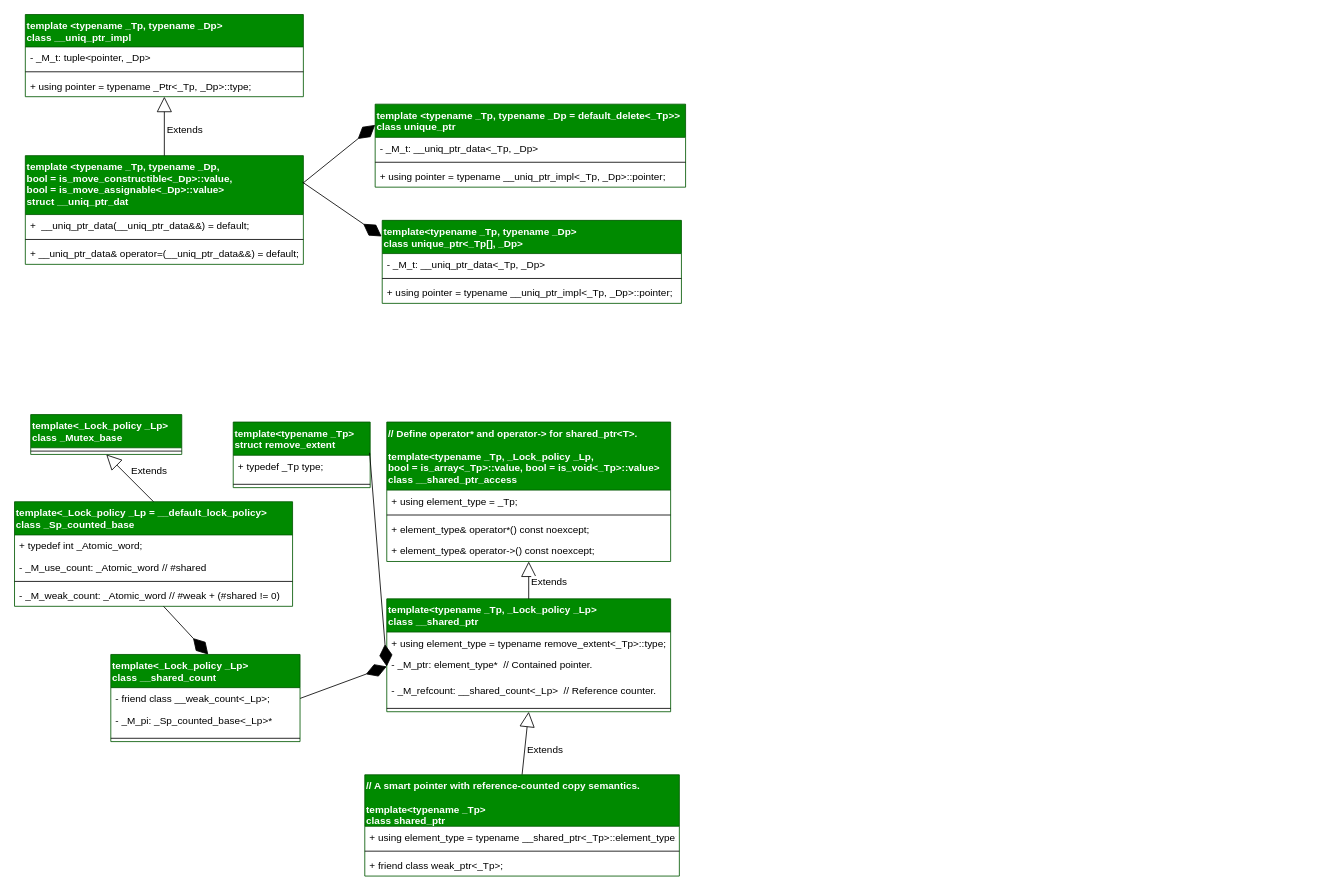
The draw.io diagram images/smart_pointer.drawio in lutianen/JZOffer, before the edit. Source tidied: cells renumbered, new cells numbered last; positions are measured from the earlier drawing's top-left corner, leaving out a move shared by most shapes. Both pictures are drawn from the tidied source at 83%, with x=0, y=0 at pixel (14, 14).
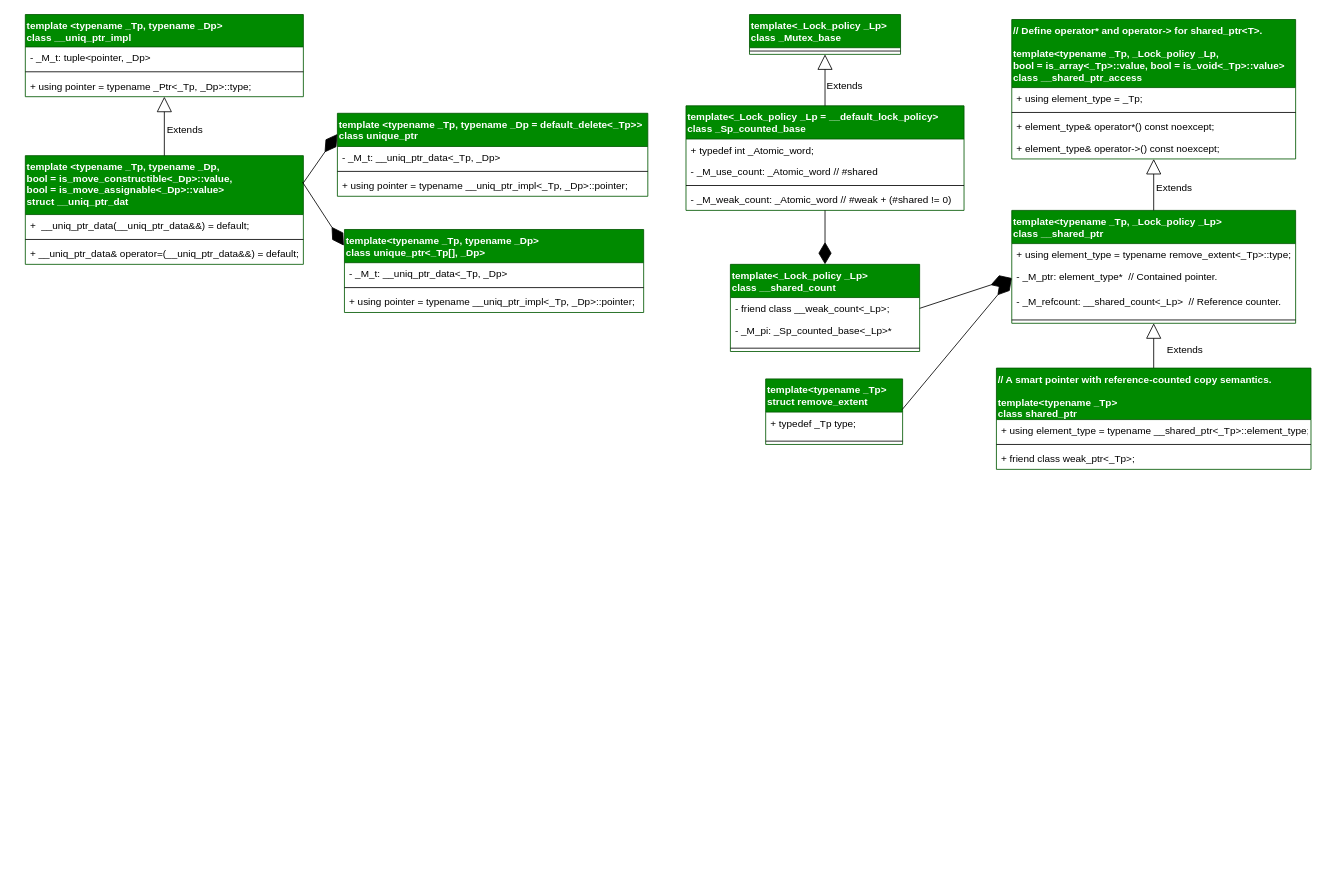
After the change.

The change refers to these unchanged cells:
```xml
<mxCell id="27" value="- _M_weak_count: _Atomic_word // #weak + (#shared != 0)" style="text;align=left;verticalAlign=top;spacingLeft=4;spacingRight=4;overflow=hidden;points=[[0,0.5],[1,0.5]];portConstraint=eastwest;fontSize=12;swimlaneLine=1;" parent="23" vertex="1">
  <mxGeometry y="100" width="335" height="26" as="geometry" />
</mxCell>
```

Change to the diagram source:
```diff
@@
     <mxCell id="2" value="template &lt;typename _Tp, typename _Dp = default_delete&lt;_Tp&gt;&gt;&#10;class unique_ptr" style="swimlane;fontStyle=1;align=left;verticalAlign=top;horizontal=1;startSize=40;fontSize=12;swimlaneLine=1;fillColor=#008a00;fontColor=#ffffff;strokeColor=#005700;" parent="1" vertex="1">
-      <mxGeometry x="434.5" y="108" width="374" height="100" as="geometry" />
+      <mxGeometry x="389" y="119" width="374" height="100" as="geometry" />
     </mxCell>
@@
     <mxCell id="6" value="template&lt;typename _Tp, typename _Dp&gt;&#10;class unique_ptr&lt;_Tp[], _Dp&gt;" style="swimlane;fontStyle=1;align=left;verticalAlign=top;horizontal=1;startSize=40;fontSize=12;swimlaneLine=1;fillColor=#008a00;fontColor=#ffffff;strokeColor=#005700;" parent="1" vertex="1">
-      <mxGeometry x="443" y="248" width="360.5" height="100" as="geometry" />
+      <mxGeometry x="397.5" y="259" width="360.5" height="100" as="geometry" />
     </mxCell>
@@
     <mxCell id="21" value="Extends" style="endArrow=block;endSize=16;endFill=0;html=1;fontSize=12;exitX=0.5;exitY=0;exitDx=0;exitDy=0;swimlaneLine=1;entryX=0.5;entryY=1;entryDx=0;entryDy=0;" parent="1" edge="1" source="41" target="36">
-      <mxGeometry x="-0.13" y="-24" relative="1" as="geometry" />
+      <mxGeometry x="-0.15" y="-37" relative="1" as="geometry">
+        <mxPoint y="1" as="offset" />
+      </mxGeometry>
     </mxCell>
@@
     <mxCell id="23" value="template&lt;_Lock_policy _Lp = __default_lock_policy&gt;&#10;    class _Sp_counted_base" style="swimlane;fontStyle=1;align=left;verticalAlign=top;horizontal=1;startSize=40;fontSize=12;swimlaneLine=1;fillColor=#008a00;fontColor=#ffffff;strokeColor=#005700;" parent="1" vertex="1">
-      <mxGeometry y="587" width="335" height="126" as="geometry" />
+      <mxGeometry x="809" y="110" width="335" height="126" as="geometry" />
     </mxCell>
@@
-    <mxCell id="28" style="endArrow=diamondThin;endFill=1;endSize=24;html=1;fontSize=12;entryX=0.515;entryY=0.001;entryDx=0;entryDy=0;swimlaneLine=1;entryPerimeter=0;" parent="1" edge="1" source="27" target="32">
+    <mxCell id="28" style="endArrow=diamondThin;endFill=1;endSize=24;html=1;fontSize=12;entryX=0.5;entryY=0;entryDx=0;entryDy=0;swimlaneLine=1;" parent="1" edge="1" source="27" target="32">
       <mxGeometry relative="1" as="geometry" />
     </mxCell>
     <mxCell id="29" value="  template&lt;_Lock_policy _Lp&gt;&#10;    class _Mutex_base" style="swimlane;fontStyle=1;align=left;verticalAlign=top;horizontal=1;startSize=40;fontSize=12;swimlaneLine=1;fillColor=#008a00;fontColor=#ffffff;strokeColor=#005700;" parent="1" vertex="1">
-      <mxGeometry x="19.5" y="482" width="182" height="48" as="geometry" />
+      <mxGeometry x="885.5" width="182" height="48" as="geometry" />
     </mxCell>
@@
     <mxCell id="32" value="template&lt;_Lock_policy _Lp&gt;&#10;class __shared_count" style="swimlane;fontStyle=1;align=left;verticalAlign=top;horizontal=1;startSize=40;fontSize=12;swimlaneLine=1;fillColor=#008a00;fontColor=#ffffff;strokeColor=#005700;" parent="1" vertex="1">
-      <mxGeometry x="116" y="771" width="228" height="105" as="geometry" />
+      <mxGeometry x="862.5" y="301" width="228" height="105" as="geometry" />
     </mxCell>
@@
     <mxCell id="36" value="template&lt;typename _Tp, _Lock_policy _Lp&gt;&#10;class __shared_ptr" style="swimlane;fontStyle=1;align=left;verticalAlign=top;horizontal=1;startSize=40;fontSize=12;swimlaneLine=1;fillColor=#008a00;fontColor=#ffffff;strokeColor=#005700;" parent="1" vertex="1">
-      <mxGeometry x="448.5" y="704" width="342" height="136" as="geometry" />
+      <mxGeometry x="1201.5" y="236" width="342" height="136" as="geometry" />
     </mxCell>
@@
     <mxCell id="41" value="// A smart pointer with reference-counted copy semantics.&#10;&#10;template&lt;typename _Tp&gt;&#10;class shared_ptr" style="swimlane;fontStyle=1;align=left;verticalAlign=top;horizontal=1;startSize=62;fontSize=12;swimlaneLine=1;fillColor=#008a00;fontColor=#ffffff;strokeColor=#005700;" parent="1" vertex="1">
-      <mxGeometry x="422" y="916" width="379" height="122" as="geometry" />
+      <mxGeometry x="1183" y="426" width="379" height="122" as="geometry" />
     </mxCell>
@@
     <mxCell id="45" value="// Define operator* and operator-&gt; for shared_ptr&lt;T&gt;.&#10;&#10;template&lt;typename _Tp, _Lock_policy _Lp,&#10;     bool = is_array&lt;_Tp&gt;::value, bool = is_void&lt;_Tp&gt;::value&gt;&#10;    class __shared_ptr_access" style="swimlane;fontStyle=1;align=left;verticalAlign=top;horizontal=1;startSize=82;fontSize=12;swimlaneLine=1;fillColor=#008a00;fontColor=#ffffff;strokeColor=#005700;" parent="1" vertex="1">
-      <mxGeometry x="448.5" y="491" width="342" height="168" as="geometry" />
+      <mxGeometry x="1201.5" y="6" width="342" height="168" as="geometry" />
     </mxCell>
@@
     <mxCell id="51" value="  template&lt;typename _Tp&gt;&#10;    struct remove_extent" style="swimlane;fontStyle=1;align=left;verticalAlign=top;horizontal=1;startSize=40;fontSize=12;swimlaneLine=1;fillColor=#008a00;fontColor=#ffffff;strokeColor=#005700;" parent="1" vertex="1">
-      <mxGeometry x="263.5" y="491" width="165" height="79" as="geometry" />
+      <mxGeometry x="905" y="439" width="165" height="79" as="geometry" />
     </mxCell>
```
